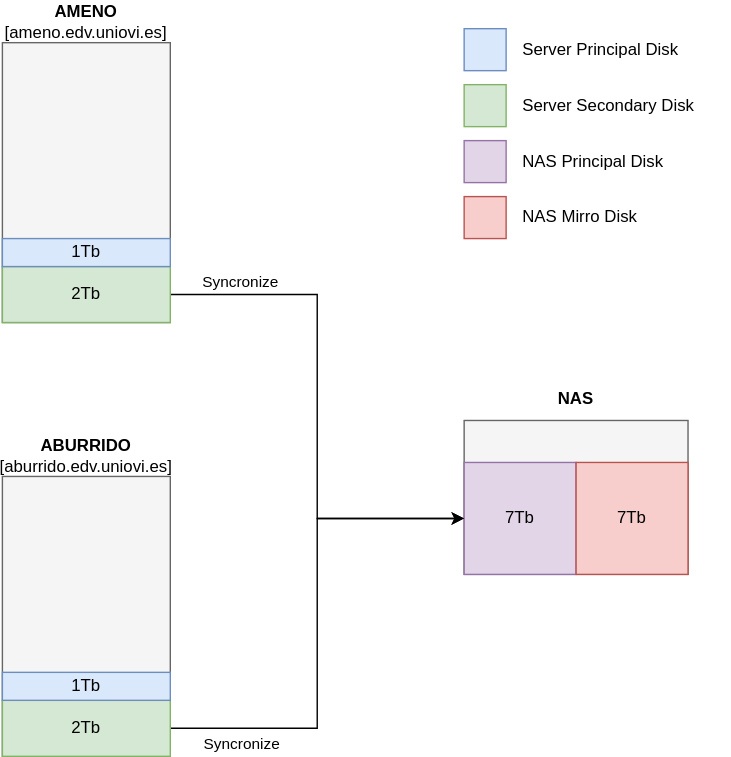
This is section2/assets/images/hard_infra_architecture.svg from SiMuR-UO/uniovi-simur-wearablepermed-wiki, a draw.io export, as it was before one commit. Source tidied: cells renumbered, new cells last; positions are measured from the earlier drawing's top-left corner, leaving out a move shared by most shapes. Source of this version:
```xml
<mxGraphModel>
  <root>
    <mxCell id="0" />
    <mxCell id="1" parent="0" />
    <mxCell id="2" style="rounded=0;whiteSpace=wrap;html=1;fillColor=#f5f5f5;fontColor=#333333;strokeColor=#666666;" parent="1" vertex="1">
      <mxGeometry y="30" width="120" height="200" as="geometry" />
    </mxCell>
    <mxCell id="3" style="rounded=0;whiteSpace=wrap;html=1;fillColor=#f5f5f5;fontColor=#333333;strokeColor=#666666;" parent="1" vertex="1">
      <mxGeometry y="340" width="120" height="200" as="geometry" />
    </mxCell>
    <mxCell id="4" value="&lt;b&gt;AMENO&lt;/b&gt; [ameno.edv.uniovi.es]" style="text;html=1;whiteSpace=wrap;strokeColor=none;fillColor=none;align=center;verticalAlign=middle;rounded=0;" parent="1" vertex="1">
      <mxGeometry width="120" height="30" as="geometry" />
    </mxCell>
    <mxCell id="5" value="&lt;b&gt;ABURRIDO&lt;/b&gt; [aburrido.edv.uniovi.es]" style="text;html=1;whiteSpace=wrap;strokeColor=none;fillColor=none;align=center;verticalAlign=middle;rounded=0;" parent="1" vertex="1">
      <mxGeometry y="310" width="120" height="30" as="geometry" />
    </mxCell>
    <mxCell id="6" style="rounded=0;whiteSpace=wrap;html=1;fillColor=#f5f5f5;fontColor=#333333;strokeColor=#666666;" parent="1" vertex="1">
      <mxGeometry x="330" y="300" width="160" height="110" as="geometry" />
    </mxCell>
    <mxCell id="7" value="&lt;b&gt;NAS&lt;/b&gt;" style="text;html=1;whiteSpace=wrap;strokeColor=none;fillColor=none;align=center;verticalAlign=middle;rounded=0;" parent="1" vertex="1">
      <mxGeometry x="330" y="270" width="160" height="30" as="geometry" />
    </mxCell>
    <mxCell id="8" value="7Tb" style="rounded=0;whiteSpace=wrap;html=1;fillColor=#e1d5e7;strokeColor=#9673a6;" parent="1" vertex="1">
      <mxGeometry x="330" y="330" width="80" height="80" as="geometry" />
    </mxCell>
    <mxCell id="9" value="7Tb" style="rounded=0;whiteSpace=wrap;html=1;fillColor=#f8cecc;strokeColor=#b85450;" parent="1" vertex="1">
      <mxGeometry x="410" y="330" width="80" height="80" as="geometry" />
    </mxCell>
    <mxCell id="10" style="edgeStyle=orthogonalEdgeStyle;rounded=0;jettySize=auto;html=1;entryX=0;entryY=0.5;entryDx=0;entryDy=0;" parent="1" edge="1" source="12" target="8">
      <mxGeometry relative="1" as="geometry" />
    </mxCell>
    <mxCell id="11" value="Syncronize" style="edgeLabel;html=1;align=center;verticalAlign=middle;" parent="10" vertex="1">
      <mxGeometry x="-0.74" relative="1" as="geometry">
        <mxPoint y="-10" as="offset" />
      </mxGeometry>
    </mxCell>
    <mxCell id="12" value="2Tb" style="rounded=0;whiteSpace=wrap;html=1;fillColor=#d5e8d4;strokeColor=#82b366;" parent="1" vertex="1">
      <mxGeometry y="190" width="120" height="40" as="geometry" />
    </mxCell>
    <mxCell id="13" value="1Tb" style="rounded=0;whiteSpace=wrap;html=1;fillColor=#dae8fc;strokeColor=#6c8ebf;" parent="1" vertex="1">
      <mxGeometry y="170" width="120" height="20" as="geometry" />
    </mxCell>
    <mxCell id="14" style="edgeStyle=orthogonalEdgeStyle;rounded=0;jettySize=auto;html=1;entryX=0;entryY=0.5;entryDx=0;entryDy=0;" parent="1" edge="1" source="16" target="8">
      <mxGeometry relative="1" as="geometry" />
    </mxCell>
    <mxCell id="15" value="Syncronize" style="edgeLabel;html=1;align=center;verticalAlign=middle;" parent="14" vertex="1">
      <mxGeometry x="-0.68" y="1" relative="1" as="geometry">
        <mxPoint x="-8" y="11" as="offset" />
      </mxGeometry>
    </mxCell>
    <mxCell id="16" value="2Tb" style="rounded=0;whiteSpace=wrap;html=1;fillColor=#d5e8d4;strokeColor=#82b366;" parent="1" vertex="1">
      <mxGeometry y="500" width="120" height="40" as="geometry" />
    </mxCell>
    <mxCell id="17" value="1Tb" style="rounded=0;whiteSpace=wrap;html=1;fillColor=#dae8fc;strokeColor=#6c8ebf;" parent="1" vertex="1">
      <mxGeometry y="480" width="120" height="20" as="geometry" />
    </mxCell>
    <mxCell id="18" style="rounded=0;whiteSpace=wrap;html=1;fillColor=#dae8fc;strokeColor=#6c8ebf;" parent="1" vertex="1">
      <mxGeometry x="330" y="20" width="30" height="30" as="geometry" />
    </mxCell>
    <mxCell id="19" style="rounded=0;whiteSpace=wrap;html=1;fillColor=#d5e8d4;strokeColor=#82b366;" parent="1" vertex="1">
      <mxGeometry x="330" y="60" width="30" height="30" as="geometry" />
    </mxCell>
    <mxCell id="20" style="rounded=0;whiteSpace=wrap;html=1;fillColor=#e1d5e7;strokeColor=#9673a6;" parent="1" vertex="1">
      <mxGeometry x="330" y="100" width="30" height="30" as="geometry" />
    </mxCell>
    <mxCell id="21" style="rounded=0;whiteSpace=wrap;html=1;fillColor=#f8cecc;strokeColor=#b85450;" parent="1" vertex="1">
      <mxGeometry x="330" y="140" width="30" height="30" as="geometry" />
    </mxCell>
    <mxCell id="22" value="Server Principal Disk" style="text;html=1;whiteSpace=wrap;strokeColor=none;fillColor=none;align=left;verticalAlign=middle;rounded=0;" parent="1" vertex="1">
      <mxGeometry x="370" y="20" width="150" height="30" as="geometry" />
    </mxCell>
    <mxCell id="23" value="Server Secondary Disk" style="text;html=1;whiteSpace=wrap;strokeColor=none;fillColor=none;align=left;verticalAlign=middle;rounded=0;" parent="1" vertex="1">
      <mxGeometry x="370" y="60" width="150" height="30" as="geometry" />
    </mxCell>
    <mxCell id="24" value="NAS Principal Disk" style="text;html=1;whiteSpace=wrap;strokeColor=none;fillColor=none;align=left;verticalAlign=middle;rounded=0;" parent="1" vertex="1">
      <mxGeometry x="370" y="100" width="150" height="30" as="geometry" />
    </mxCell>
    <mxCell id="25" value="NAS Mirro Disk" style="text;html=1;whiteSpace=wrap;strokeColor=none;fillColor=none;align=left;verticalAlign=middle;rounded=0;" parent="1" vertex="1">
      <mxGeometry x="370" y="140" width="150" height="30" as="geometry" />
    </mxCell>
  </root>
</mxGraphModel>
```
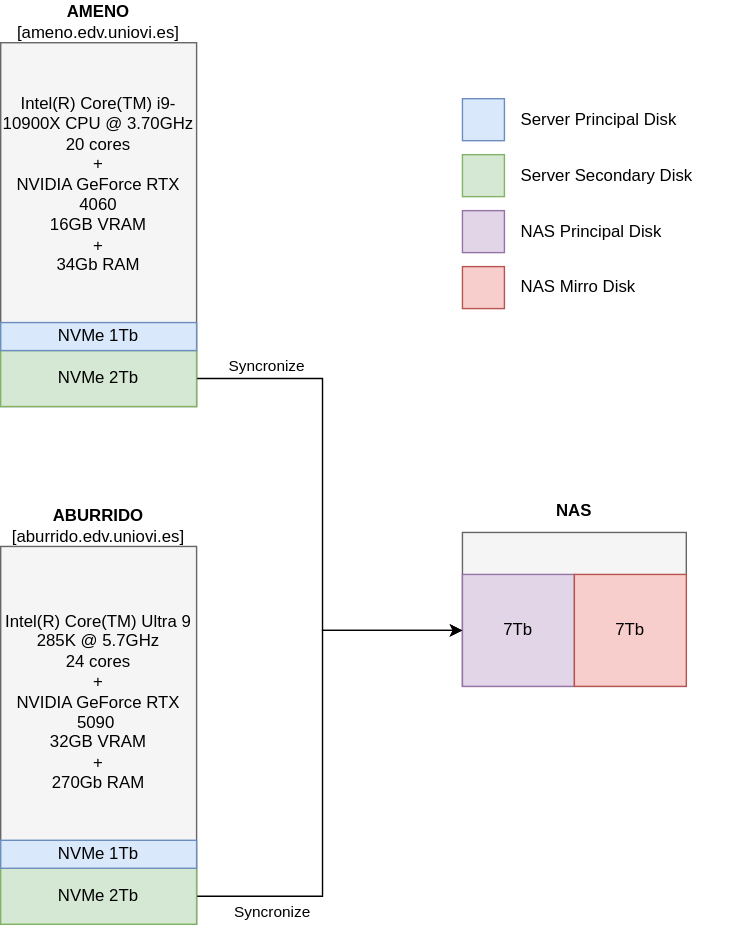
The same diagram one commit later.

What changed in the source:
```diff
@@ -3,56 +3,66 @@
     <mxCell id="0" />
     <mxCell id="1" parent="0" />
     <mxCell id="2" style="rounded=0;whiteSpace=wrap;html=1;fillColor=#f5f5f5;fontColor=#333333;strokeColor=#666666;" parent="1" vertex="1">
-      <mxGeometry y="30" width="120" height="200" as="geometry" />
+      <mxGeometry y="-20" width="140" height="260" as="geometry" />
     </mxCell>
     <mxCell id="3" style="rounded=0;whiteSpace=wrap;html=1;fillColor=#f5f5f5;fontColor=#333333;strokeColor=#666666;" parent="1" vertex="1">
-      <mxGeometry y="340" width="120" height="200" as="geometry" />
+      <mxGeometry y="340" width="140" height="270" as="geometry" />
     </mxCell>
     <mxCell id="4" value="&lt;b&gt;AMENO&lt;/b&gt; [ameno.edv.uniovi.es]" style="text;html=1;whiteSpace=wrap;strokeColor=none;fillColor=none;align=center;verticalAlign=middle;rounded=0;" parent="1" vertex="1">
-      <mxGeometry width="120" height="30" as="geometry" />
+      <mxGeometry y="-50" width="140" height="30" as="geometry" />
     </mxCell>
     <mxCell id="5" value="&lt;b&gt;ABURRIDO&lt;/b&gt; [aburrido.edv.uniovi.es]" style="text;html=1;whiteSpace=wrap;strokeColor=none;fillColor=none;align=center;verticalAlign=middle;rounded=0;" parent="1" vertex="1">
-      <mxGeometry y="310" width="120" height="30" as="geometry" />
+      <mxGeometry y="310" width="140" height="30" as="geometry" />
     </mxCell>
     <mxCell id="6" style="rounded=0;whiteSpace=wrap;html=1;fillColor=#f5f5f5;fontColor=#333333;strokeColor=#666666;" parent="1" vertex="1">
-      <mxGeometry x="330" y="300" width="160" height="110" as="geometry" />
+      <mxGeometry x="330" y="330" width="160" height="110" as="geometry" />
     </mxCell>
     <mxCell id="7" value="&lt;b&gt;NAS&lt;/b&gt;" style="text;html=1;whiteSpace=wrap;strokeColor=none;fillColor=none;align=center;verticalAlign=middle;rounded=0;" parent="1" vertex="1">
-      <mxGeometry x="330" y="270" width="160" height="30" as="geometry" />
+      <mxGeometry x="330" y="300" width="160" height="30" as="geometry" />
     </mxCell>
     <mxCell id="8" value="7Tb" style="rounded=0;whiteSpace=wrap;html=1;fillColor=#e1d5e7;strokeColor=#9673a6;" parent="1" vertex="1">
-      <mxGeometry x="330" y="330" width="80" height="80" as="geometry" />
+      <mxGeometry x="330" y="360" width="80" height="80" as="geometry" />
     </mxCell>
     <mxCell id="9" value="7Tb" style="rounded=0;whiteSpace=wrap;html=1;fillColor=#f8cecc;strokeColor=#b85450;" parent="1" vertex="1">
-      <mxGeometry x="410" y="330" width="80" height="80" as="geometry" />
+      <mxGeometry x="410" y="360" width="80" height="80" as="geometry" />
     </mxCell>
     <mxCell id="10" style="edgeStyle=orthogonalEdgeStyle;rounded=0;jettySize=auto;html=1;entryX=0;entryY=0.5;entryDx=0;entryDy=0;" parent="1" edge="1" source="12" target="8">
-      <mxGeometry relative="1" as="geometry" />
+      <mxGeometry relative="1" as="geometry">
+        <Array as="points">
+          <mxPoint x="230" y="220" />
+          <mxPoint x="230" y="400" />
+        </Array>
+      </mxGeometry>
     </mxCell>
     <mxCell id="11" value="Syncronize" style="edgeLabel;html=1;align=center;verticalAlign=middle;" parent="10" vertex="1">
       <mxGeometry x="-0.74" relative="1" as="geometry">
         <mxPoint y="-10" as="offset" />
       </mxGeometry>
     </mxCell>
-    <mxCell id="12" value="2Tb" style="rounded=0;whiteSpace=wrap;html=1;fillColor=#d5e8d4;strokeColor=#82b366;" parent="1" vertex="1">
-      <mxGeometry y="190" width="120" height="40" as="geometry" />
+    <mxCell id="12" value="NVMe 2Tb" style="rounded=0;whiteSpace=wrap;html=1;fillColor=#d5e8d4;strokeColor=#82b366;" parent="1" vertex="1">
+      <mxGeometry y="200" width="140" height="40" as="geometry" />
     </mxCell>
-    <mxCell id="13" value="1Tb" style="rounded=0;whiteSpace=wrap;html=1;fillColor=#dae8fc;strokeColor=#6c8ebf;" parent="1" vertex="1">
-      <mxGeometry y="170" width="120" height="20" as="geometry" />
+    <mxCell id="13" value="NVMe 1Tb" style="rounded=0;whiteSpace=wrap;html=1;fillColor=#dae8fc;strokeColor=#6c8ebf;" parent="1" vertex="1">
+      <mxGeometry y="180" width="140" height="20" as="geometry" />
     </mxCell>
     <mxCell id="14" style="edgeStyle=orthogonalEdgeStyle;rounded=0;jettySize=auto;html=1;entryX=0;entryY=0.5;entryDx=0;entryDy=0;" parent="1" edge="1" source="16" target="8">
-      <mxGeometry relative="1" as="geometry" />
+      <mxGeometry relative="1" as="geometry">
+        <Array as="points">
+          <mxPoint x="230" y="590" />
+          <mxPoint x="230" y="400" />
+        </Array>
+      </mxGeometry>
     </mxCell>
     <mxCell id="15" value="Syncronize" style="edgeLabel;html=1;align=center;verticalAlign=middle;" parent="14" vertex="1">
       <mxGeometry x="-0.68" y="1" relative="1" as="geometry">
         <mxPoint x="-8" y="11" as="offset" />
       </mxGeometry>
     </mxCell>
-    <mxCell id="16" value="2Tb" style="rounded=0;whiteSpace=wrap;html=1;fillColor=#d5e8d4;strokeColor=#82b366;" parent="1" vertex="1">
-      <mxGeometry y="500" width="120" height="40" as="geometry" />
+    <mxCell id="16" value="NVMe 2Tb" style="rounded=0;whiteSpace=wrap;html=1;fillColor=#d5e8d4;strokeColor=#82b366;" parent="1" vertex="1">
+      <mxGeometry y="570" width="140" height="40" as="geometry" />
     </mxCell>
-    <mxCell id="17" value="1Tb" style="rounded=0;whiteSpace=wrap;html=1;fillColor=#dae8fc;strokeColor=#6c8ebf;" parent="1" vertex="1">
-      <mxGeometry y="480" width="120" height="20" as="geometry" />
+    <mxCell id="17" value="NVMe 1Tb" style="rounded=0;whiteSpace=wrap;html=1;fillColor=#dae8fc;strokeColor=#6c8ebf;" parent="1" vertex="1">
+      <mxGeometry y="550" width="140" height="20" as="geometry" />
     </mxCell>
     <mxCell id="18" style="rounded=0;whiteSpace=wrap;html=1;fillColor=#dae8fc;strokeColor=#6c8ebf;" parent="1" vertex="1">
       <mxGeometry x="330" y="20" width="30" height="30" as="geometry" />
@@ -78,5 +88,11 @@
     <mxCell id="25" value="NAS Mirro Disk" style="text;html=1;whiteSpace=wrap;strokeColor=none;fillColor=none;align=left;verticalAlign=middle;rounded=0;" parent="1" vertex="1">
       <mxGeometry x="370" y="140" width="150" height="30" as="geometry" />
     </mxCell>
+    <mxCell id="26" value="Intel(R) Core(TM) Ultra 9 285K @ 5.7GHz&#10;24 cores&#10;+&#10;NVIDIA GeForce RTX 5090 &#10;32GB VRAM&#10;+&#10;270Gb RAM" style="text;whiteSpace=wrap;align=center;" parent="1" vertex="1">
+      <mxGeometry y="380" width="140" height="120" as="geometry" />
+    </mxCell>
+    <mxCell id="27" value="Intel(R) Core(TM) i9-10900X CPU @ 3.70GHz&#10;20 cores&#10;+&#10;NVIDIA GeForce RTX 4060&#10;16GB VRAM&#10;+&#10;34Gb RAM" style="text;whiteSpace=wrap;align=center;" parent="1" vertex="1">
+      <mxGeometry y="10" width="140" height="120" as="geometry" />
+    </mxCell>
   </root>
 </mxGraphModel>
```
